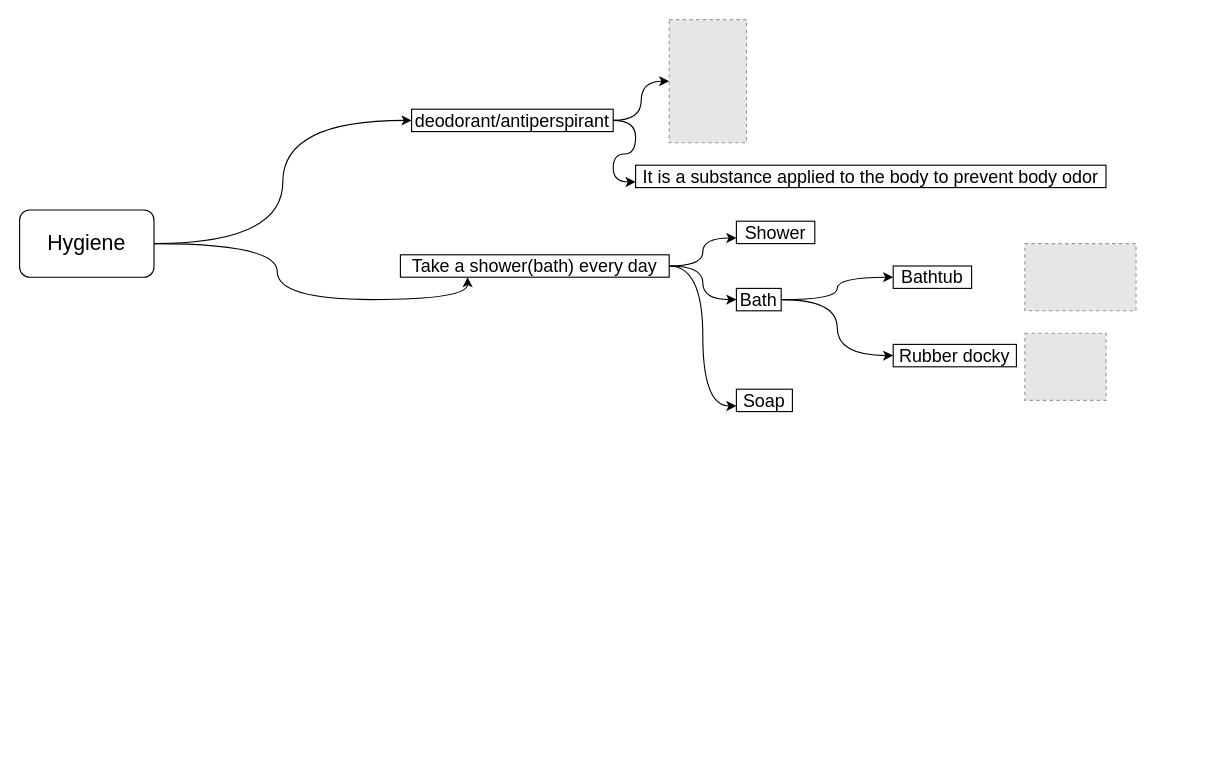
The draw.io diagram topic-hygiene.drawio in estraining/diagram-store, before the edit. Source tidied: cells renumbered, new cells numbered last; positions are measured from the earlier drawing's top-left corner, leaving out a move shared by most shapes. Both pictures are drawn from the tidied source at 112%, with x=0, y=0 at pixel (19, 19). Pictures stored in the file or linked from it are replaced by grey dashed boxes.
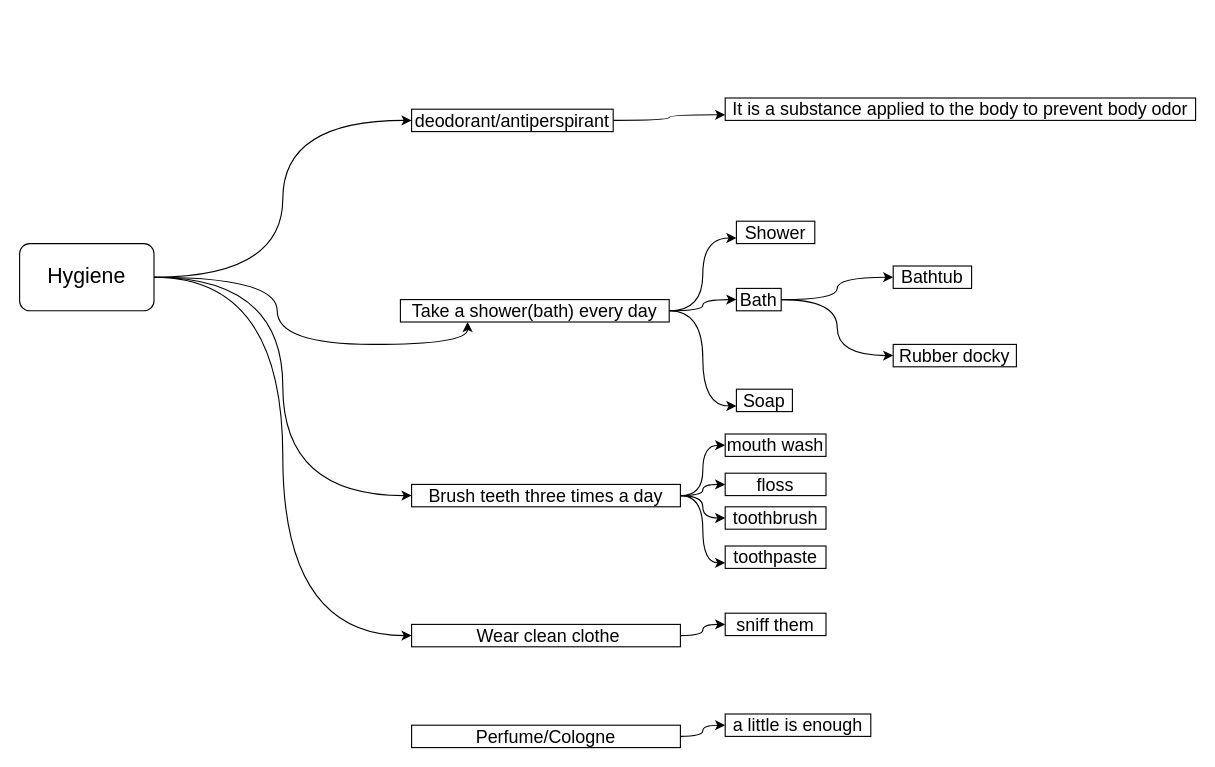
After the change.

Unchanged cells that the change refers to:
```xml
<mxCell id="7" value="&lt;font style=&quot;font-size: 16px&quot;&gt;deodorant/antiperspirant&lt;/font&gt;" style="text;html=1;fillColor=none;align=center;verticalAlign=middle;whiteSpace=wrap;rounded=0;strokeColor=#000000;" parent="1" vertex="1">
  <mxGeometry x="350" y="80" width="180" height="20" as="geometry" />
</mxCell>
```

The edit, as a diff of the source:
```diff
@@
+    <mxCell id="24" style="edgeStyle=orthogonalEdgeStyle;curved=1;rounded=0;jettySize=auto;html=1;entryX=0;entryY=0.5;entryDx=0;entryDy=0;" parent="1" edge="1" source="4" target="30">
+      <mxGeometry relative="1" as="geometry" />
+    </mxCell>
+    <mxCell id="25" style="edgeStyle=orthogonalEdgeStyle;curved=1;rounded=0;jettySize=auto;html=1;entryX=0;entryY=0.5;entryDx=0;entryDy=0;" parent="1" edge="1" source="4" target="36">
+      <mxGeometry relative="1" as="geometry" />
+    </mxCell>
     <mxCell id="4" value="&lt;font style=&quot;font-size: 19px&quot;&gt;Hygiene&lt;/font&gt;" style="rounded=1;whiteSpace=wrap;html=1;" parent="1" vertex="1">
-      <mxGeometry y="170" width="120" height="60" as="geometry" />
+      <mxGeometry y="200" width="120" height="60" as="geometry" />
     </mxCell>
-    <mxCell id="5" style="edgeStyle=orthogonalEdgeStyle;curved=1;rounded=0;jettySize=auto;html=1;" parent="1" edge="1" source="7" target="18">
-      <mxGeometry relative="1" as="geometry" />
-    </mxCell>
@@
     <mxCell id="15" value="&lt;font style=&quot;font-size: 16px&quot;&gt;Take a shower(bath) every day&lt;/font&gt;" style="text;html=1;fillColor=none;align=center;verticalAlign=middle;whiteSpace=wrap;rounded=0;strokeColor=#000000;" parent="1" vertex="1">
-      <mxGeometry x="340" y="210" width="240" height="20" as="geometry" />
+      <mxGeometry x="340" y="250" width="240" height="20" as="geometry" />
     </mxCell>
@@
-    <mxCell id="18" style="fillColor=#E6E6E6;strokeColor=#999999;dashed=1;verticalLabelPosition=bottom;labelBackgroundColor=#ffffff;verticalAlign=top;" parent="1" vertex="1">
-      <mxGeometry x="580" width="69" height="110" as="geometry" />
-    </mxCell>
     <mxCell id="19" value="&lt;font style=&quot;font-size: 16px&quot;&gt;It is a substance applied to the body to prevent body odor&lt;/font&gt;" style="text;html=1;fillColor=none;align=center;verticalAlign=middle;whiteSpace=wrap;rounded=0;strokeColor=#000000;" parent="1" vertex="1">
-      <mxGeometry x="550" y="130" width="420" height="20" as="geometry" />
+      <mxGeometry x="630" y="70" width="420" height="20" as="geometry" />
     </mxCell>
@@
-    <mxCell id="22" style="fillColor=#E6E6E6;strokeColor=#999999;dashed=1;verticalLabelPosition=bottom;labelBackgroundColor=#ffffff;verticalAlign=top;" parent="1" vertex="1">
-      <mxGeometry x="897.5" y="280" width="72.6" height="60" as="geometry" />
-    </mxCell>
-    <mxCell id="23" style="fillColor=#E6E6E6;strokeColor=#999999;dashed=1;verticalLabelPosition=bottom;labelBackgroundColor=#ffffff;verticalAlign=top;" parent="1" vertex="1">
-      <mxGeometry x="897.5" y="200" width="99.3" height="60" as="geometry" />
-    </mxCell>
+    <mxCell id="26" style="edgeStyle=orthogonalEdgeStyle;curved=1;rounded=0;jettySize=auto;html=1;entryX=0;entryY=0.5;entryDx=0;entryDy=0;" parent="1" edge="1" source="30" target="31">
+      <mxGeometry relative="1" as="geometry" />
+    </mxCell>
+    <mxCell id="27" style="edgeStyle=orthogonalEdgeStyle;curved=1;rounded=0;jettySize=auto;html=1;entryX=0;entryY=0.5;entryDx=0;entryDy=0;" parent="1" edge="1" source="30" target="32">
+      <mxGeometry relative="1" as="geometry" />
+    </mxCell>
+    <mxCell id="28" style="edgeStyle=orthogonalEdgeStyle;curved=1;rounded=0;jettySize=auto;html=1;entryX=0;entryY=0.5;entryDx=0;entryDy=0;" parent="1" edge="1" source="30" target="33">
+      <mxGeometry relative="1" as="geometry" />
+    </mxCell>
+    <mxCell id="29" style="edgeStyle=orthogonalEdgeStyle;curved=1;rounded=0;jettySize=auto;html=1;entryX=0;entryY=0.75;entryDx=0;entryDy=0;" parent="1" edge="1" source="30" target="34">
+      <mxGeometry relative="1" as="geometry" />
+    </mxCell>
+    <mxCell id="30" value="&lt;span style=&quot;font-size: 16px&quot;&gt;Brush teeth three times a day&lt;/span&gt;" style="text;html=1;fillColor=none;align=center;verticalAlign=middle;whiteSpace=wrap;rounded=0;strokeColor=#000000;" parent="1" vertex="1">
+      <mxGeometry x="350" y="415" width="240" height="20" as="geometry" />
+    </mxCell>
+    <mxCell id="31" value="&lt;span style=&quot;font-size: 16px&quot;&gt;mouth wash&lt;/span&gt;" style="text;html=1;fillColor=none;align=center;verticalAlign=middle;whiteSpace=wrap;rounded=0;strokeColor=#000000;" parent="1" vertex="1">
+      <mxGeometry x="630" y="370" width="90" height="20" as="geometry" />
+    </mxCell>
+    <mxCell id="32" value="&lt;span style=&quot;font-size: 16px&quot;&gt;floss&lt;/span&gt;" style="text;html=1;fillColor=none;align=center;verticalAlign=middle;whiteSpace=wrap;rounded=0;strokeColor=#000000;" parent="1" vertex="1">
+      <mxGeometry x="630" y="405" width="90" height="20" as="geometry" />
+    </mxCell>
+    <mxCell id="33" value="&lt;span style=&quot;font-size: 16px&quot;&gt;toothbrush&lt;/span&gt;" style="text;html=1;fillColor=none;align=center;verticalAlign=middle;whiteSpace=wrap;rounded=0;strokeColor=#000000;" parent="1" vertex="1">
+      <mxGeometry x="630" y="435" width="90" height="20" as="geometry" />
+    </mxCell>
+    <mxCell id="34" value="&lt;span style=&quot;font-size: 16px&quot;&gt;toothpaste&lt;/span&gt;" style="text;html=1;fillColor=none;align=center;verticalAlign=middle;whiteSpace=wrap;rounded=0;strokeColor=#000000;" parent="1" vertex="1">
+      <mxGeometry x="630" y="470" width="90" height="20" as="geometry" />
+    </mxCell>
+    <mxCell id="35" style="edgeStyle=orthogonalEdgeStyle;curved=1;rounded=0;jettySize=auto;html=1;entryX=0;entryY=0.5;entryDx=0;entryDy=0;" parent="1" edge="1" source="36" target="37">
+      <mxGeometry relative="1" as="geometry" />
+    </mxCell>
+    <mxCell id="36" value="&lt;span style=&quot;font-size: 16px&quot;&gt;&amp;nbsp;Wear clean clothe&lt;/span&gt;" style="text;html=1;fillColor=none;align=center;verticalAlign=middle;whiteSpace=wrap;rounded=0;strokeColor=#000000;" parent="1" vertex="1">
+      <mxGeometry x="350" y="540" width="240" height="20" as="geometry" />
+    </mxCell>
+    <mxCell id="37" value="&lt;span style=&quot;font-size: 16px&quot;&gt;sniff them&lt;/span&gt;" style="text;html=1;fillColor=none;align=center;verticalAlign=middle;whiteSpace=wrap;rounded=0;strokeColor=#000000;" parent="1" vertex="1">
+      <mxGeometry x="630" y="530" width="90" height="20" as="geometry" />
+    </mxCell>
+    <mxCell id="38" style="edgeStyle=orthogonalEdgeStyle;curved=1;rounded=0;jettySize=auto;html=1;entryX=0;entryY=0.5;entryDx=0;entryDy=0;" parent="1" edge="1" source="39" target="40">
+      <mxGeometry relative="1" as="geometry" />
+    </mxCell>
+    <mxCell id="39" value="&lt;span style=&quot;font-size: 16px&quot;&gt;Perfume/Cologne&lt;/span&gt;" style="text;html=1;fillColor=none;align=center;verticalAlign=middle;whiteSpace=wrap;rounded=0;strokeColor=#000000;" parent="1" vertex="1">
+      <mxGeometry x="350" y="630" width="240" height="20" as="geometry" />
+    </mxCell>
+    <mxCell id="40" value="&lt;font style=&quot;font-size: 16px&quot;&gt;a little is enough&lt;/font&gt;" style="text;html=1;fillColor=none;align=center;verticalAlign=middle;whiteSpace=wrap;rounded=0;strokeColor=#000000;" parent="1" vertex="1">
+      <mxGeometry x="630" y="620" width="130" height="20" as="geometry" />
+    </mxCell>
```
